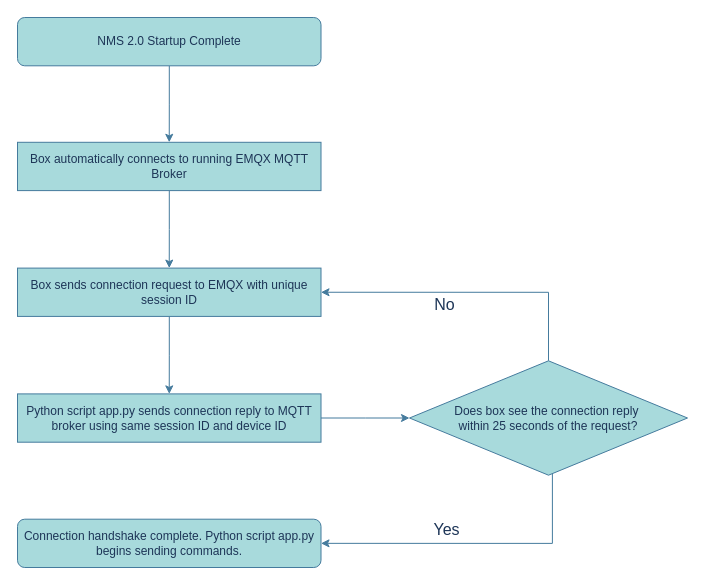
Farlwastaken/nms-2.0-v1.2.1 keeps this draw.io diagram as nms2/documentation/extras/Flowchart.drawio. Above is the earlier version. Source tidied: cells renumbered, new cells numbered last; positions are measured from the earlier drawing's top-left corner, leaving out a move shared by most shapes. Both pictures are drawn from the tidied source at 100%, with x=0, y=0 at pixel (17, 17).
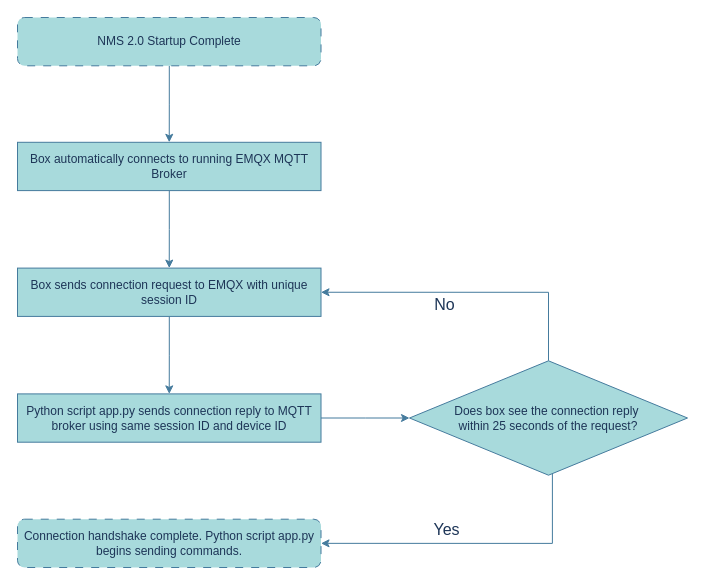
The same page after the edit.

Change to the diagram source:
```diff
@@
 <mxGraphModel background="#ffffff">
   <root>
     <mxCell id="0" />
     <mxCell id="1" parent="0" />
-    <mxCell id="2" style="group;labelBackgroundColor=none;fontColor=#1D3557;rounded=1;perimeterSpacing=0;strokeColor=none;" parent="1" vertex="1">
+    <mxCell id="2" style="group;labelBackgroundColor=none;fontColor=#1D3557;rounded=1;perimeterSpacing=0;strokeColor=none;glass=1;" parent="1" vertex="1">
       <mxGeometry width="676.8" height="550" as="geometry" />
     </mxCell>
     <mxCell id="3" style="edgeStyle=orthogonalEdgeStyle;rounded=0;jettySize=auto;html=1;entryX=1;entryY=0.5;entryDx=0;entryDy=0;strokeColor=#457B9D;fontColor=default;labelBackgroundColor=none;" parent="2" edge="1" source="7" target="16">
       <mxGeometry relative="1" as="geometry">
         <Array as="points">
           <mxPoint x="534.9" y="526.1" />
         </Array>
       </mxGeometry>
     </mxCell>
     <mxCell id="4" value="Yes" style="edgeLabel;html=1;align=center;verticalAlign=middle;strokeColor=#457B9D;fontColor=#1D3557;fillColor=#A8DADC;labelBackgroundColor=none;fontSize=16;" parent="3" vertex="1">
       <mxGeometry x="0.13" y="3" relative="1" as="geometry">
         <mxPoint x="-6" y="-17" as="offset" />
       </mxGeometry>
     </mxCell>
     <mxCell id="5" style="edgeStyle=orthogonalEdgeStyle;rounded=0;jettySize=auto;html=1;exitX=0.5;exitY=0;exitDx=0;exitDy=0;entryX=1;entryY=0.5;entryDx=0;entryDy=0;strokeColor=#457B9D;fontColor=default;labelBackgroundColor=none;" parent="2" edge="1" source="7" target="15">
       <mxGeometry relative="1" as="geometry" />
     </mxCell>
     <mxCell id="6" value="No" style="edgeLabel;html=1;align=center;verticalAlign=middle;strokeColor=#457B9D;fontColor=#1D3557;fillColor=#A8DADC;labelBackgroundColor=none;fontSize=16;" parent="5" vertex="1">
       <mxGeometry x="-0.19" y="2" relative="1" as="geometry">
         <mxPoint x="-53" y="10" as="offset" />
       </mxGeometry>
     </mxCell>
     <mxCell id="7" value="Does box see the connection reply&amp;nbsp;&lt;div&gt;within 25 seconds of the request?&lt;/div&gt;" style="rhombus;whiteSpace=wrap;html=1;strokeColor=#457B9D;fontColor=#1D3557;fillColor=#A8DADC;labelBackgroundColor=none;" parent="2" vertex="1">
       <mxGeometry x="392" y="343.3" width="278" height="114.4" as="geometry" />
     </mxCell>
     <mxCell id="8" style="edgeStyle=orthogonalEdgeStyle;rounded=0;jettySize=auto;html=1;entryX=0;entryY=0.5;entryDx=0;entryDy=0;strokeColor=#457B9D;fontColor=default;labelBackgroundColor=none;" parent="2" edge="1" source="13" target="7">
       <mxGeometry relative="1" as="geometry" />
     </mxCell>
     <mxCell id="9" style="rounded=0;html=1;jettySize=auto;fontSize=11;endArrow=classic;endFill=1;endSize=6;strokeWidth=1;shadow=0;labelBackgroundColor=none;edgeStyle=orthogonalEdgeStyle;strokeColor=#457B9D;fontColor=default;entryX=0.5;entryY=0;entryDx=0;entryDy=0;" parent="2" edge="1" source="10" target="12">
       <mxGeometry relative="1" as="geometry" />
     </mxCell>
-    <mxCell id="10" value="NMS 2.0 Startup Complete" style="rounded=1;whiteSpace=wrap;html=1;fontSize=12;glass=0;strokeWidth=1;shadow=0;labelBackgroundColor=none;fillColor=#A8DADC;strokeColor=#457B9D;fontColor=#1D3557;" parent="2" vertex="1">
+    <mxCell id="10" value="NMS 2.0 Startup Complete" style="rounded=1;whiteSpace=wrap;html=1;fontSize=12;glass=0;strokeWidth=1;shadow=0;labelBackgroundColor=none;fillColor=#A8DADC;strokeColor=#457B9D;fontColor=#1D3557;dashed=1;dashPattern=8 8;" parent="2" vertex="1">
       <mxGeometry width="303.5" height="48.3" as="geometry" />
     </mxCell>
     <mxCell id="11" style="edgeStyle=orthogonalEdgeStyle;rounded=0;jettySize=auto;html=1;entryX=0.5;entryY=0;entryDx=0;entryDy=0;strokeColor=#457B9D;fontColor=default;labelBackgroundColor=none;" parent="2" edge="1" source="12" target="15">
       <mxGeometry relative="1" as="geometry" />
     </mxCell>
     <mxCell id="12" value="Box automatically connects to running EMQX MQTT Broker" style="rounded=0;whiteSpace=wrap;html=1;fontSize=12;glass=0;strokeWidth=1;shadow=0;labelBackgroundColor=none;fillColor=#A8DADC;strokeColor=#457B9D;fontColor=#1D3557;" parent="2" vertex="1">
       <mxGeometry y="124.8" width="303.5" height="48.3" as="geometry" />
     </mxCell>
     <mxCell id="13" value="Python script app.py sends connection reply to MQTT broker using same session ID and device ID" style="rounded=0;whiteSpace=wrap;html=1;fontSize=12;glass=0;strokeWidth=1;shadow=0;labelBackgroundColor=none;fillColor=#A8DADC;strokeColor=#457B9D;fontColor=#1D3557;" parent="2" vertex="1">
       <mxGeometry y="376.4" width="303.5" height="48.3" as="geometry" />
     </mxCell>
     <mxCell id="14" style="edgeStyle=orthogonalEdgeStyle;rounded=0;jettySize=auto;html=1;entryX=0.5;entryY=0;entryDx=0;entryDy=0;strokeColor=#457B9D;fontColor=default;labelBackgroundColor=none;" parent="2" edge="1" source="15" target="13">
       <mxGeometry relative="1" as="geometry" />
     </mxCell>
     <mxCell id="15" value="Box sends connection request to EMQX with unique session ID" style="rounded=0;whiteSpace=wrap;html=1;fontSize=12;glass=0;strokeWidth=1;shadow=0;labelBackgroundColor=none;fillColor=#A8DADC;strokeColor=#457B9D;fontColor=#1D3557;" parent="2" vertex="1">
       <mxGeometry y="250.6" width="303.5" height="48.3" as="geometry" />
     </mxCell>
-    <mxCell id="16" value="Connection handshake complete. Python script app.py begins sending commands." style="rounded=1;whiteSpace=wrap;html=1;fontSize=12;glass=0;strokeWidth=1;shadow=0;labelBackgroundColor=none;fillColor=#A8DADC;strokeColor=#457B9D;fontColor=#1D3557;" parent="2" vertex="1">
+    <mxCell id="16" value="Connection handshake complete. Python script app.py begins sending commands." style="rounded=1;whiteSpace=wrap;html=1;fontSize=12;glass=0;strokeWidth=1;shadow=0;labelBackgroundColor=none;fillColor=#A8DADC;strokeColor=#457B9D;fontColor=#1D3557;dashed=1;dashPattern=8 8;" parent="2" vertex="1">
       <mxGeometry y="501.7" width="303.5" height="48.3" as="geometry" />
     </mxCell>
   </root>
 </mxGraphModel>
```
